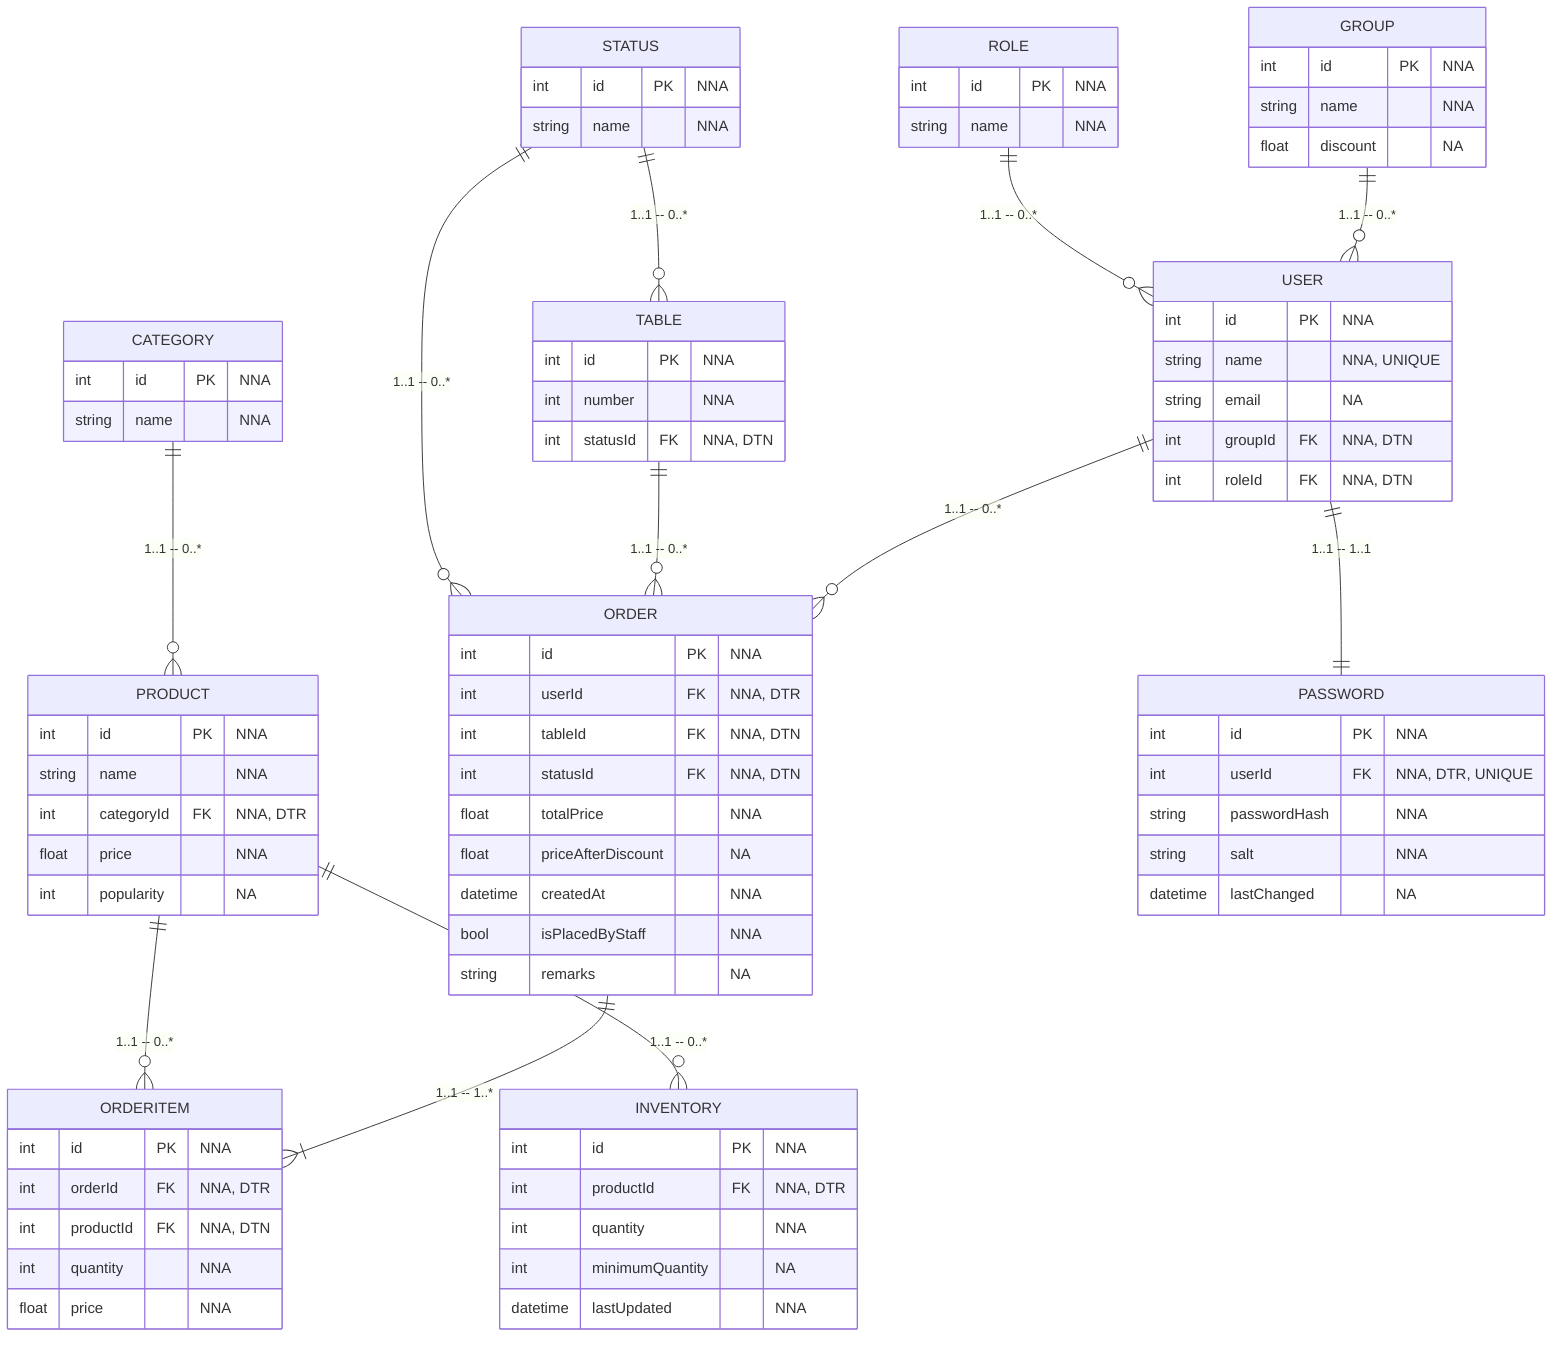
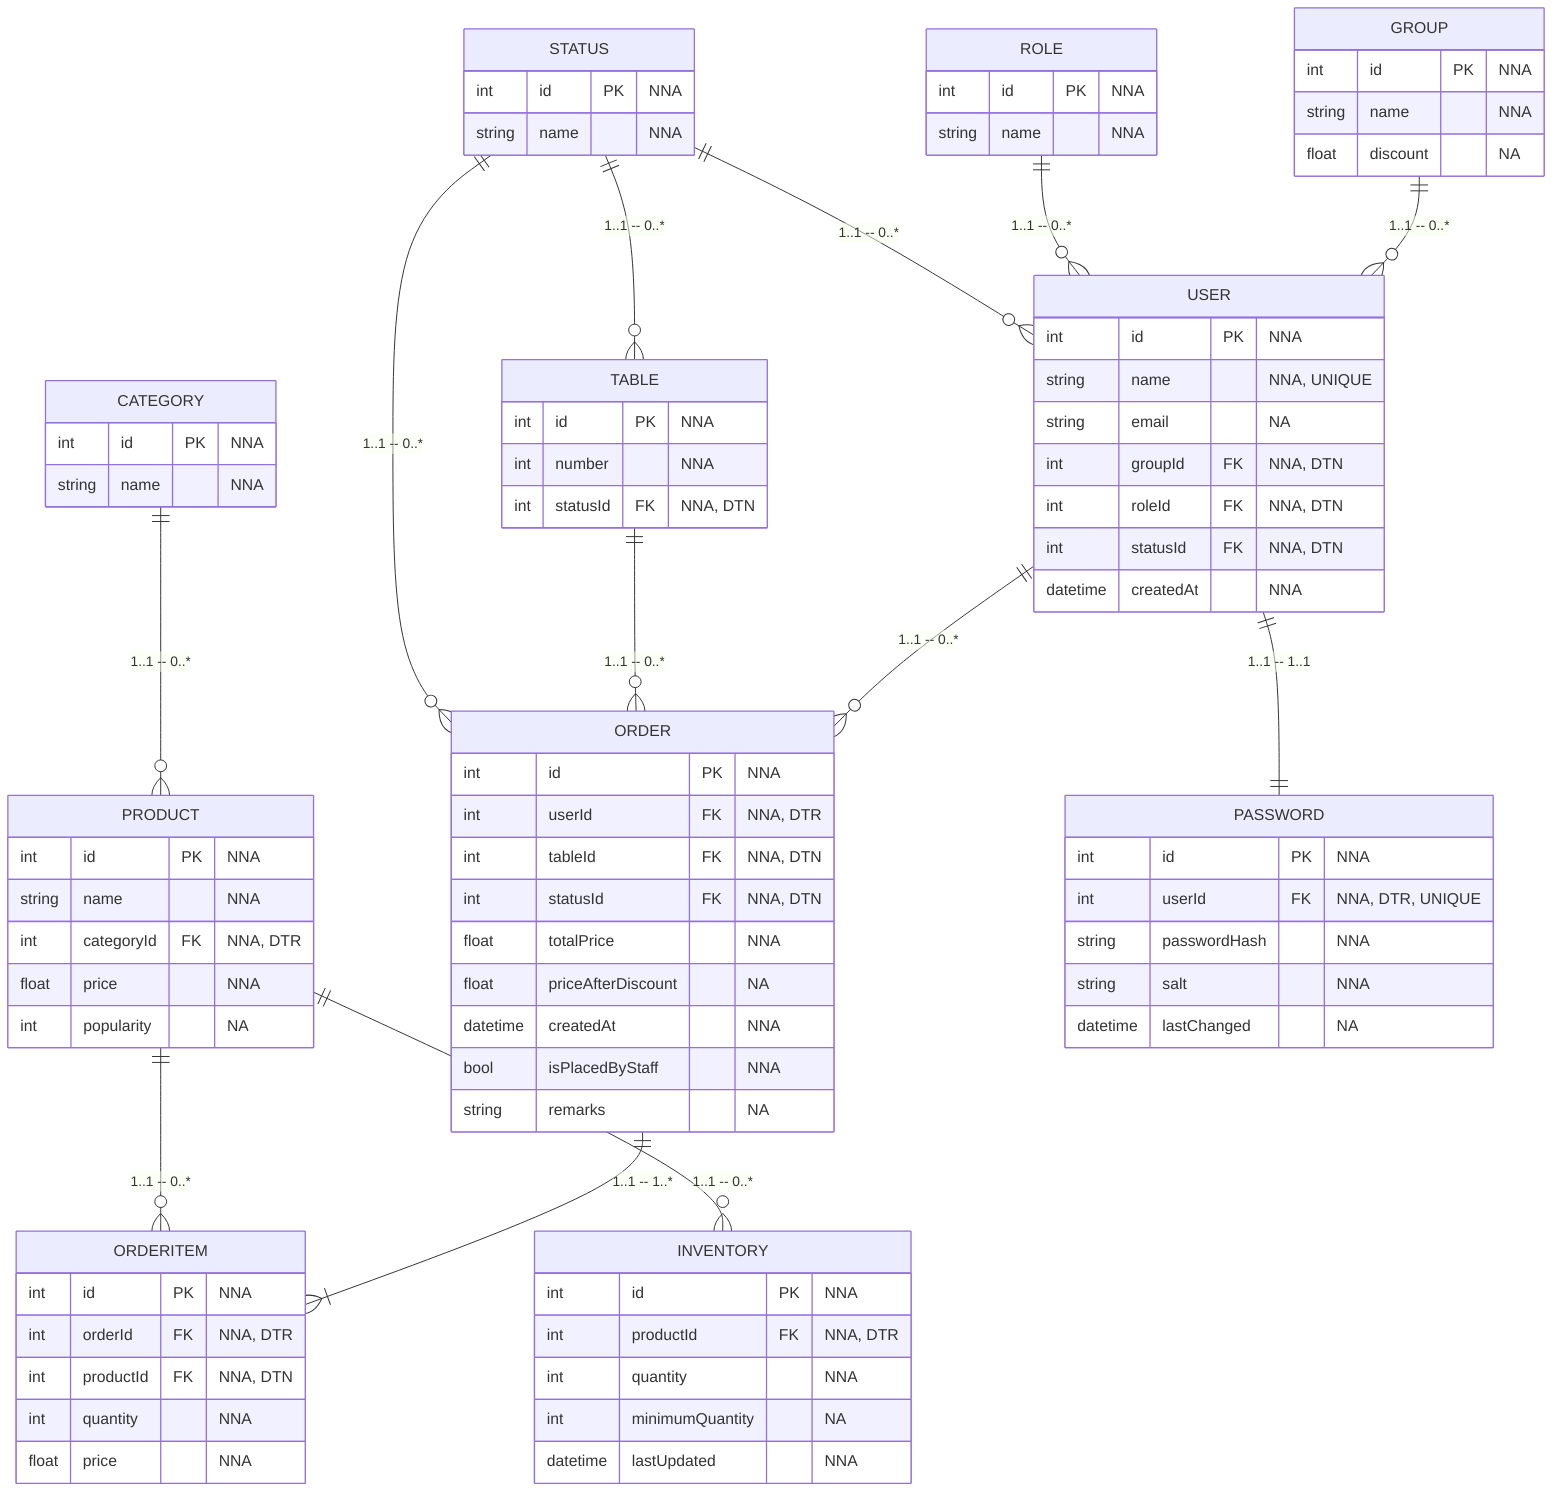
%% Note: userId in PASSWORD should be unique to enforce one-to-one relationship with USER.

erDiagram
    USER ||--o{ ORDER : "1..1 -- 0..*"
    TABLE ||--o{ ORDER : "1..1 -- 0..*"
    ORDER ||--|{ ORDERITEM : "1..1 -- 1..*"
    PRODUCT ||--o{ ORDERITEM : "1..1 -- 0..*"
    GROUP ||--o{ USER : "1..1 -- 0..*"
    CATEGORY ||--o{ PRODUCT : "1..1 -- 0..*"
    PRODUCT ||--o{ INVENTORY : "1..1 -- 0..*"
    ROLE ||--o{ USER : "1..1 -- 0..*"
    STATUS ||--o{ TABLE : "1..1 -- 0..*"
    STATUS ||--o{ ORDER : "1..1 -- 0..*"
+     STATUS ||--o{ USER : "1..1 -- 0..*"
    USER ||--|| PASSWORD : "1..1 -- 1..1"

    USER {
        int id PK "NNA"
        string name "NNA, UNIQUE"
        string email "NA"
        int groupId FK "NNA, DTN"
        int roleId FK "NNA, DTN"
+         int statusId FK "NNA, DTN"
+         datetime createdAt "NNA"
    }
    PASSWORD {
        int id PK "NNA"
        int userId FK "NNA, DTR, UNIQUE"
        string passwordHash "NNA"
        string salt "NNA"
        datetime lastChanged "NA"
    }
    ROLE {
        int id PK "NNA"
        string name "NNA"
    }
    GROUP {
        int id PK "NNA"
        string name "NNA"
        float discount "NA"
    }
    TABLE {
        int id PK "NNA"
        int number "NNA"
        int statusId FK "NNA, DTN"
    }
    PRODUCT {
        int id PK "NNA"
        string name "NNA"
        int categoryId FK "NNA, DTR"
        float price "NNA"
        int popularity "NA"
    }
    CATEGORY {
        int id PK "NNA"
        string name "NNA"
    }
    ORDER {
        int id PK "NNA"
        int userId FK "NNA, DTR"
        int tableId FK "NNA, DTN"
        int statusId FK "NNA, DTN"
        float totalPrice "NNA"
        float priceAfterDiscount "NA"
        datetime createdAt "NNA"
        bool isPlacedByStaff "NNA"
        string remarks "NA"
    }
    STATUS {
        int id PK "NNA"
        string name "NNA"
    }
    ORDERITEM {
        int id PK "NNA"
        int orderId FK "NNA, DTR"
        int productId FK "NNA, DTN"
        int quantity "NNA"
        float price "NNA"
    }
    INVENTORY {
        int id PK "NNA"
        int productId FK "NNA, DTR"
        int quantity "NNA"
        int minimumQuantity "NA"
        datetime lastUpdated "NNA"
    }
